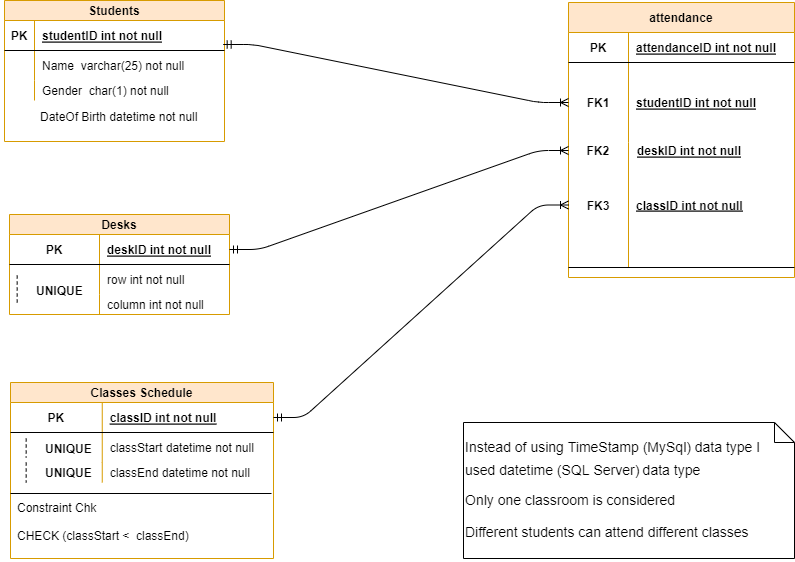
anfan1956/Database_studies keeps this draw.io diagram as lesson3.png. Above is the earlier version. Source tidied: cells renumbered, new cells last; positions are measured from the earlier drawing's top-left corner, leaving out a move shared by most shapes.
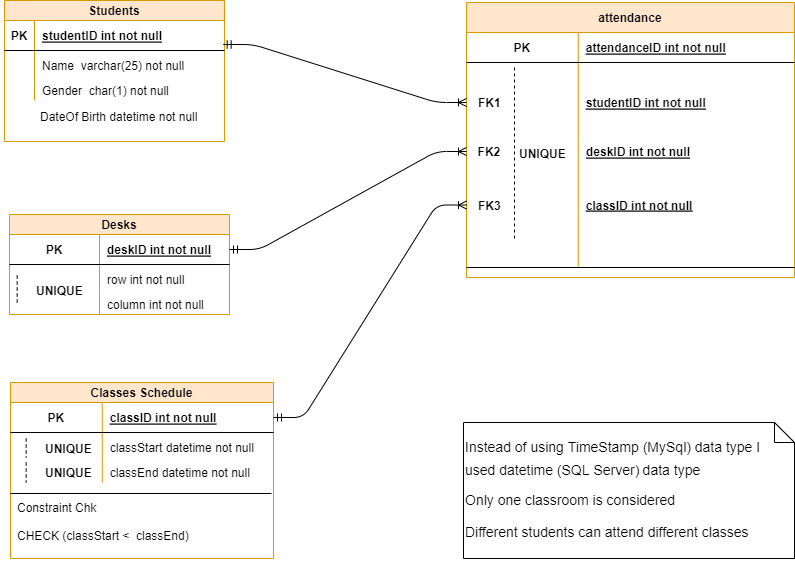
After the change.

Commit message:
Практическое задание 3. Кабинет и классы для студентов

Очень важная поправка в сводной таблице

Change to the diagram source:
```diff
@@ -93,44 +93,41 @@
       <mxGeometry x="91.8" width="171.2" height="20" as="geometry" />
     </mxCell>
     <mxCell id="32" value="attendance" style="shape=table;startSize=30;rowLines=0;fontStyle=1;align=center;fillColor=#ffe6cc;strokeColor=#d79b00;" parent="1" vertex="1">
-      <mxGeometry x="568" y="2" width="226" height="275" as="geometry" />
+      <mxGeometry x="466" y="2" width="328" height="275" as="geometry" />
     </mxCell>
     <mxCell id="33" style="shape=partialRectangle;fillColor=none;top=0;left=0;bottom=1;right=0;" parent="32" vertex="1">
-      <mxGeometry y="30" width="226" height="30" as="geometry" />
+      <mxGeometry y="30" width="328" height="30" as="geometry" />
     </mxCell>
     <mxCell id="34" value="PK" style="shape=partialRectangle;fillColor=none;top=0;left=0;bottom=0;right=0;fontStyle=1;overflow=hidden;" parent="33" vertex="1">
-      <mxGeometry width="60" height="30" as="geometry" />
+      <mxGeometry width="111.8" height="30" as="geometry" />
     </mxCell>
     <mxCell id="35" value="attendanceID int not null" style="shape=partialRectangle;fillColor=none;top=0;left=0;bottom=0;right=0;align=left;spacingLeft=6;fontStyle=5;overflow=hidden;" parent="33" vertex="1">
-      <mxGeometry x="60" width="166" height="30" as="geometry" />
+      <mxGeometry x="111.8" width="216.2" height="30" as="geometry" />
     </mxCell>
     <mxCell id="36" style="shape=partialRectangle;fillColor=none;top=0;left=0;bottom=0;right=0;points=[[0,0.5],[1,0.5]];portConstraint=eastwest;" parent="32" vertex="1">
-      <mxGeometry y="60" width="226" height="80" as="geometry" />
+      <mxGeometry y="60" width="328" height="80" as="geometry" />
     </mxCell>
-    <mxCell id="37" value="FK1" style="shape=partialRectangle;fillColor=none;top=0;left=0;bottom=0;right=0;fontStyle=1;overflow=hidden;" parent="36" vertex="1">
-      <mxGeometry width="60" height="80" as="geometry" />
+    <mxCell id="37" value="   FK1" style="shape=partialRectangle;fillColor=none;top=0;left=0;bottom=0;right=0;fontStyle=1;overflow=hidden;align=left;" parent="36" vertex="1">
+      <mxGeometry width="111.8" height="80" as="geometry" />
     </mxCell>
     <mxCell id="38" value="studentID int not null" style="shape=partialRectangle;fillColor=none;top=0;left=0;bottom=0;right=0;align=left;spacingLeft=6;fontStyle=5;overflow=hidden;" parent="36" vertex="1">
-      <mxGeometry x="60" width="166" height="80" as="geometry" />
+      <mxGeometry x="111.8" width="216.2" height="80" as="geometry" />
     </mxCell>
     <mxCell id="39" style="shape=partialRectangle;fillColor=none;top=0;left=0;bottom=1;right=0;points=[[0,0.5],[1,0.5]];portConstraint=eastwest;" parent="32" vertex="1">
-      <mxGeometry y="140" width="226" height="125" as="geometry" />
+      <mxGeometry y="140" width="328" height="125" as="geometry" />
     </mxCell>
-    <mxCell id="40" value="FK3" style="shape=partialRectangle;fillColor=none;top=0;left=0;bottom=0;right=0;fontStyle=1;overflow=hidden;" parent="39" vertex="1">
-      <mxGeometry width="60" height="125" as="geometry" />
+    <mxCell id="40" value="   FK3" style="shape=partialRectangle;fillColor=none;top=0;left=0;bottom=0;right=0;fontStyle=1;overflow=hidden;align=left;" parent="39" vertex="1">
+      <mxGeometry width="111.8" height="125" as="geometry" />
     </mxCell>
     <mxCell id="41" value="classID int not null" style="shape=partialRectangle;fillColor=none;top=0;left=0;bottom=0;right=0;align=left;spacingLeft=6;fontStyle=5;overflow=hidden;" parent="39" vertex="1">
-      <mxGeometry x="60" width="166" height="125" as="geometry" />
+      <mxGeometry x="111.8" width="216.2" height="125" as="geometry" />
     </mxCell>
     <mxCell id="42" style="shape=partialRectangle;fillColor=none;top=0;left=0;bottom=0;right=0;points=[[0,0.5],[1,0.5]];portConstraint=eastwest;" parent="1" vertex="1">
-      <mxGeometry x="568" y="135" width="210" height="30" as="geometry" />
+      <mxGeometry x="466" y="136" width="210" height="30" as="geometry" />
     </mxCell>
-    <mxCell id="43" value="FK2" style="shape=partialRectangle;fillColor=none;top=0;left=0;bottom=0;right=0;fontStyle=1;overflow=hidden;" parent="42" vertex="1">
+    <mxCell id="43" value="FK2" style="shape=partialRectangle;fillColor=none;top=0;left=0;bottom=0;right=0;fontStyle=1;overflow=hidden;align=left;" parent="42" vertex="1">
       <mxGeometry x="9.6" width="40.5" height="30" as="geometry" />
     </mxCell>
-    <mxCell id="44" value="deskID int not null" style="shape=partialRectangle;fillColor=none;top=0;left=0;bottom=0;right=0;align=left;spacingLeft=6;fontStyle=5;overflow=hidden;" parent="42" vertex="1">
-      <mxGeometry x="61" width="149" height="30" as="geometry" />
-    </mxCell>
     <mxCell id="45" style="edgeStyle=entityRelationEdgeStyle;fontSize=12;html=1;endArrow=ERoneToMany;startArrow=ERmandOne;exitX=0.994;exitY=0.8;exitDx=0;exitDy=0;exitPerimeter=0;entryX=0;entryY=0.5;entryDx=0;entryDy=0;" parent="1" edge="1" source="3" target="36">
       <mxGeometry relative="1" as="geometry" />
     </mxCell>
@@ -170,5 +167,14 @@
     <mxCell id="57" value="&lt;p style=&quot;line-height: 1.1&quot;&gt;&lt;font style=&quot;font-size: 14px ; line-height: 1.6&quot;&gt;Instead of using TimeStamp (MySql) data type I used datetime (SQL Server)&lt;/font&gt; &lt;font style=&quot;font-size: 14px&quot;&gt;data type&amp;nbsp;&lt;/font&gt;&lt;/p&gt;&lt;p style=&quot;line-height: 1.1&quot;&gt;&lt;font style=&quot;font-size: 14px&quot;&gt;Only one classroom is considered&lt;/font&gt;&lt;/p&gt;&lt;p style=&quot;line-height: 2&quot;&gt;&lt;span style=&quot;font-size: 14px ; line-height: 1.6&quot;&gt;Different students can attend different classes&lt;/span&gt;&lt;/p&gt;" style="shape=note;size=20;whiteSpace=wrap;html=1;align=left;" parent="1" vertex="1">
       <mxGeometry x="463" y="422" width="331" height="136" as="geometry" />
     </mxCell>
+    <mxCell id="44" value="deskID int not null" style="shape=partialRectangle;fillColor=none;top=0;left=0;bottom=0;right=0;align=left;spacingLeft=6;fontStyle=5;overflow=hidden;" parent="1" vertex="1">
+      <mxGeometry x="578" y="136" width="149" height="30" as="geometry" />
+    </mxCell>
+    <mxCell id="58" value="UNIQUE" style="shape=partialRectangle;fillColor=none;align=left;verticalAlign=middle;strokeColor=none;spacingLeft=34;fontStyle=1;" parent="1" vertex="1">
+      <mxGeometry x="483" y="67" width="50" height="172" as="geometry" />
+    </mxCell>
+    <mxCell id="59" style="shape=partialRectangle;top=0;left=0;bottom=0;fillColor=none;stokeWidth=1;dashed=1;align=left;verticalAlign=middle;spacingLeft=4;spacingRight=4;overflow=hidden;" parent="58" vertex="1">
+      <mxGeometry width="31" height="172" as="geometry" />
+    </mxCell>
   </root>
 </mxGraphModel>
```
